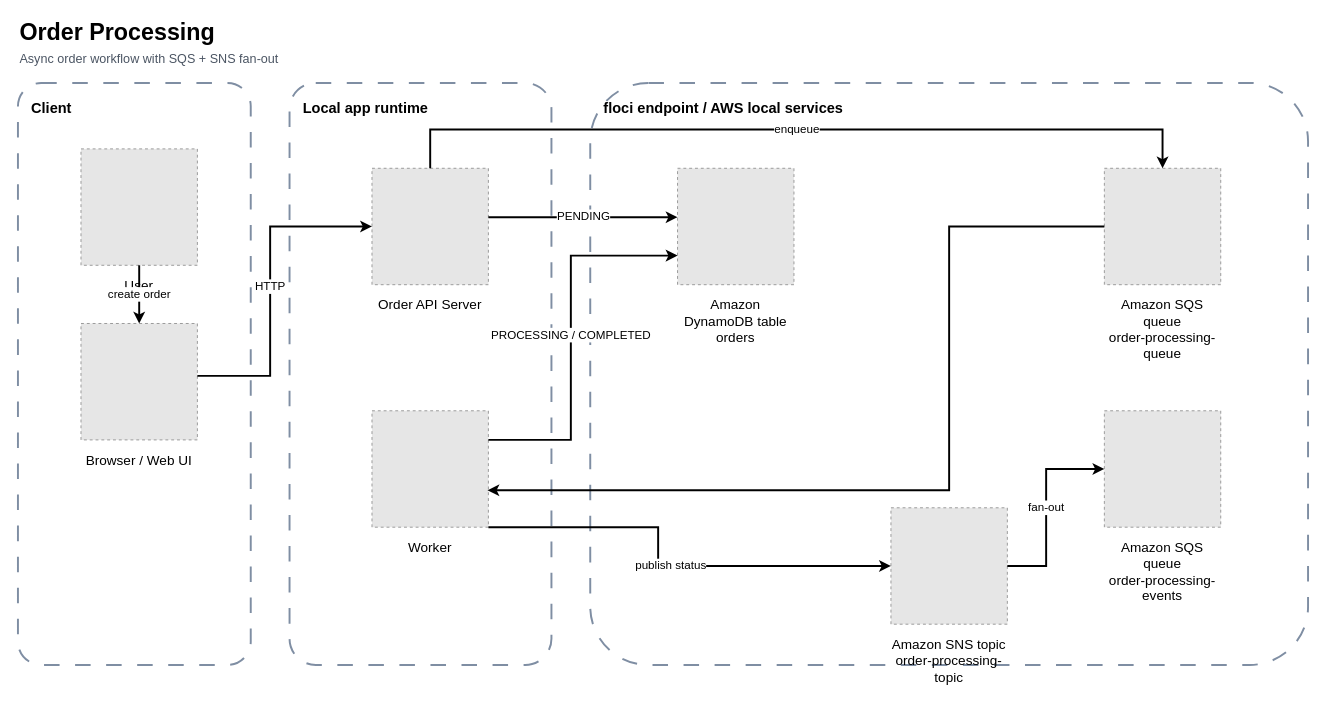
Above: apps/order-processing/assets/order-processing-architecture.drawio in niceguy61/floci_test (draw.io), before the change. Source tidied: cells renumbered, new cells numbered last; positions are measured from the earlier drawing's top-left corner, leaving out a move shared by most shapes. Both pictures are drawn from the tidied source at 97%, with x=0, y=0 at pixel (17, 16). Pictures stored in the file or linked from it are replaced by grey dashed boxes.
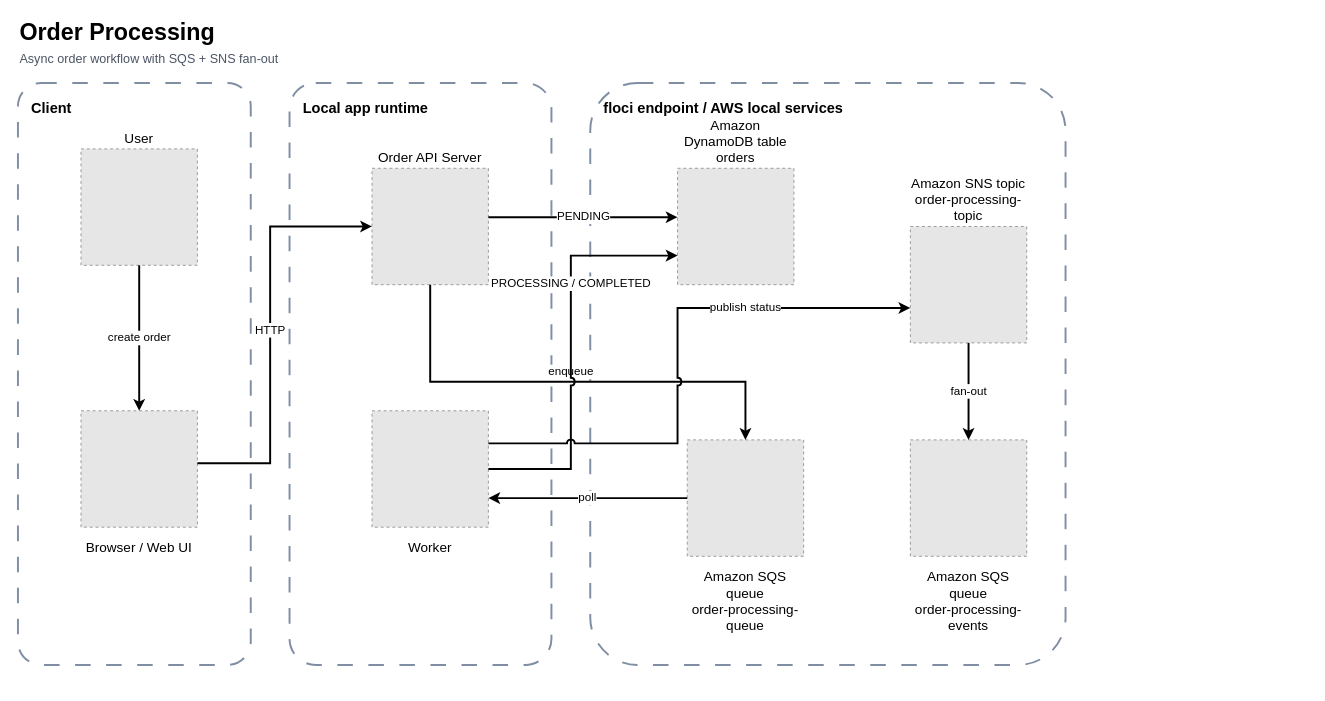
The same diagram, later.

Unchanged cells that the change refers to:
```xml
<mxCell id="10" value="Worker" style="fillColor=#E6E6E6;strokeColor=#999999;dashed=1;verticalLabelPosition=bottom;verticalAlign=top;labelPosition=center;align=center;html=1;whiteSpace=wrap;spacingTop=6;fontSize=14;fontStyle=0;" parent="1" vertex="1">
  <mxGeometry x="365" y="406" width="120" height="120" as="geometry" />
</mxCell>
```

What changed in the source:
```diff
@@
     <mxCell id="6" value="floci endpoint / AWS local services" style="rounded=1;whiteSpace=wrap;html=1;dashed=1;dashPattern=8 8;arcSize=10;strokeWidth=2;strokeColor=#7f8ea3;fillColor=none;align=left;verticalAlign=top;spacingLeft=12;spacingTop=10;fontSize=15;fontStyle=1;" parent="1" vertex="1">
-      <mxGeometry x="590" y="68" width="740" height="600" as="geometry" />
+      <mxGeometry x="590" y="68" width="490" height="600" as="geometry" />
     </mxCell>
-    <mxCell id="7" value="User" style="fillColor=#E6E6E6;strokeColor=#999999;dashed=1;verticalLabelPosition=bottom;verticalAlign=top;labelPosition=center;align=center;html=1;whiteSpace=wrap;spacingTop=6;fontSize=14;fontStyle=0;" parent="1" vertex="1">
+    <mxCell id="7" value="User" style="fillColor=#E6E6E6;strokeColor=#999999;dashed=1;verticalLabelPosition=top;verticalAlign=bottom;labelPosition=center;align=center;html=1;whiteSpace=wrap;spacingTop=6;fontSize=14;fontStyle=0;" parent="1" vertex="1">
       <mxGeometry x="65" y="136" width="120" height="120" as="geometry" />
     </mxCell>
     <mxCell id="8" value="Browser / Web UI" style="fillColor=#E6E6E6;strokeColor=#999999;dashed=1;verticalLabelPosition=bottom;verticalAlign=top;labelPosition=center;align=center;html=1;whiteSpace=wrap;spacingTop=6;fontSize=14;fontStyle=0;" parent="1" vertex="1">
-      <mxGeometry x="65" y="316" width="120" height="120" as="geometry" />
+      <mxGeometry x="65" y="406" width="120" height="120" as="geometry" />
     </mxCell>
-    <mxCell id="9" value="Order API Server" style="fillColor=#E6E6E6;strokeColor=#999999;dashed=1;verticalLabelPosition=bottom;verticalAlign=top;labelPosition=center;align=center;html=1;whiteSpace=wrap;spacingTop=6;fontSize=14;fontStyle=0;" parent="1" vertex="1">
+    <mxCell id="9" value="Order API Server" style="fillColor=#E6E6E6;strokeColor=#999999;dashed=1;verticalLabelPosition=top;verticalAlign=bottom;labelPosition=center;align=center;html=1;whiteSpace=wrap;spacingTop=6;fontSize=14;fontStyle=0;" parent="1" vertex="1">
       <mxGeometry x="365" y="156" width="120" height="120" as="geometry" />
     </mxCell>
@@
-    <mxCell id="11" value="&lt;div&gt;Amazon DynamoDB table&lt;/div&gt;&lt;div&gt;orders&lt;/div&gt;" style="fillColor=#E6E6E6;strokeColor=#999999;dashed=1;verticalLabelPosition=bottom;verticalAlign=top;labelPosition=center;align=center;html=1;whiteSpace=wrap;spacingTop=6;fontSize=14;fontStyle=0;" parent="1" vertex="1">
+    <mxCell id="11" value="&lt;div&gt;Amazon DynamoDB table&lt;/div&gt;&lt;div&gt;orders&lt;/div&gt;" style="fillColor=#E6E6E6;strokeColor=#999999;dashed=1;verticalLabelPosition=top;verticalAlign=bottom;labelPosition=center;align=center;html=1;whiteSpace=wrap;spacingTop=6;fontSize=14;fontStyle=0;" parent="1" vertex="1">
       <mxGeometry x="680" y="156" width="120" height="120" as="geometry" />
     </mxCell>
     <mxCell id="12" value="&lt;div&gt;Amazon SQS queue&lt;/div&gt;&lt;div&gt;order-processing-queue&lt;/div&gt;" style="fillColor=#E6E6E6;strokeColor=#999999;dashed=1;verticalLabelPosition=bottom;verticalAlign=top;labelPosition=center;align=center;html=1;whiteSpace=wrap;spacingTop=6;fontSize=14;fontStyle=0;" parent="1" vertex="1">
-      <mxGeometry x="1120" y="156" width="120" height="120" as="geometry" />
+      <mxGeometry x="690" y="436" width="120" height="120" as="geometry" />
     </mxCell>
-    <mxCell id="13" value="&lt;div&gt;Amazon SNS topic&lt;/div&gt;&lt;div&gt;order-processing-topic&lt;/div&gt;" style="fillColor=#E6E6E6;strokeColor=#999999;dashed=1;verticalLabelPosition=bottom;verticalAlign=top;labelPosition=center;align=center;html=1;whiteSpace=wrap;spacingTop=6;fontSize=14;fontStyle=0;" parent="1" vertex="1">
-      <mxGeometry x="900" y="506" width="120" height="120" as="geometry" />
+    <mxCell id="13" value="&lt;div&gt;Amazon SNS topic&lt;/div&gt;&lt;div&gt;order-processing-topic&lt;/div&gt;" style="fillColor=#E6E6E6;strokeColor=#999999;dashed=1;verticalLabelPosition=top;verticalAlign=bottom;labelPosition=center;align=center;html=1;whiteSpace=wrap;spacingTop=6;fontSize=14;fontStyle=0;" parent="1" vertex="1">
+      <mxGeometry x="920" y="216" width="120" height="120" as="geometry" />
     </mxCell>
     <mxCell id="14" value="&lt;div&gt;Amazon SQS queue&lt;/div&gt;&lt;div&gt;order-processing-events&lt;/div&gt;" style="fillColor=#E6E6E6;strokeColor=#999999;dashed=1;verticalLabelPosition=bottom;verticalAlign=top;labelPosition=center;align=center;html=1;whiteSpace=wrap;spacingTop=6;fontSize=14;fontStyle=0;" parent="1" vertex="1">
-      <mxGeometry x="1120" y="406" width="120" height="120" as="geometry" />
+      <mxGeometry x="920" y="436" width="120" height="120" as="geometry" />
     </mxCell>
-    <mxCell id="15" value="create order" style="edgeStyle=orthogonalEdgeStyle;rounded=0;jettySize=auto;html=1;strokeWidth=2;fontSize=12;labelBackgroundColor=#ffffff;exitX=0.5;exitY=1.0;exitDx=0;exitDy=0;entryX=0.5;entryY=0.0;entryDx=0;entryDy=0;" parent="1" edge="1" source="7" target="8">
+    <mxCell id="15" value="create order" style="edgeStyle=orthogonalEdgeStyle;rounded=0;jettySize=auto;html=1;strokeWidth=2;fontSize=12;labelBackgroundColor=#ffffff;exitX=0.5;exitY=1.0;exitDx=0;exitDy=0;entryX=0.5;entryY=0.0;entryDx=0;entryDy=0;flowAnimation=1;jumpStyle=arc;" parent="1" edge="1" source="7" target="8">
       <mxGeometry relative="1" as="geometry">
         <Array as="points">
           <mxPoint x="125" y="286" />
         </Array>
       </mxGeometry>
     </mxCell>
-    <mxCell id="16" value="HTTP" style="edgeStyle=orthogonalEdgeStyle;rounded=0;jettySize=auto;html=1;strokeWidth=2;fontSize=12;labelBackgroundColor=#ffffff;exitX=1.0;exitY=0.45;exitDx=0;exitDy=0;entryX=0.0;entryY=0.5;entryDx=0;entryDy=0;" parent="1" edge="1" source="8" target="9">
+    <mxCell id="16" value="HTTP" style="edgeStyle=orthogonalEdgeStyle;rounded=0;jettySize=auto;html=1;strokeWidth=2;fontSize=12;labelBackgroundColor=#ffffff;exitX=1.0;exitY=0.45;exitDx=0;exitDy=0;entryX=0.0;entryY=0.5;entryDx=0;entryDy=0;flowAnimation=1;jumpStyle=arc;" parent="1" edge="1" source="8" target="9">
       <mxGeometry relative="1" as="geometry">
         <Array as="points">
-          <mxPoint x="260" y="370" />
+          <mxPoint x="260" y="460" />
           <mxPoint x="260" y="216" />
         </Array>
       </mxGeometry>
     </mxCell>
-    <mxCell id="17" value="PENDING" style="edgeStyle=orthogonalEdgeStyle;rounded=0;jettySize=auto;html=1;strokeWidth=2;fontSize=12;labelBackgroundColor=#ffffff;exitX=1.0;exitY=0.42;exitDx=0;exitDy=0;entryX=0.0;entryY=0.42;entryDx=0;entryDy=0;" parent="1" edge="1" source="9" target="11">
+    <mxCell id="17" value="PENDING" style="edgeStyle=orthogonalEdgeStyle;rounded=0;jettySize=auto;html=1;strokeWidth=2;fontSize=12;labelBackgroundColor=#ffffff;exitX=1.0;exitY=0.42;exitDx=0;exitDy=0;entryX=0.0;entryY=0.42;entryDx=0;entryDy=0;flowAnimation=1;jumpStyle=arc;" parent="1" edge="1" source="9" target="11">
       <mxGeometry relative="1" as="geometry">
         <Array as="points">
           <mxPoint x="610" y="206" />
         </Array>
       </mxGeometry>
     </mxCell>
-    <mxCell id="18" value="enqueue" style="edgeStyle=orthogonalEdgeStyle;rounded=0;jettySize=auto;html=1;strokeWidth=2;fontSize=12;labelBackgroundColor=#ffffff;exitX=0.5;exitY=0;exitDx=0;exitDy=0;entryX=0.5;entryY=0;entryDx=0;entryDy=0;" parent="1" edge="1" source="9" target="12">
-      <mxGeometry relative="1" as="geometry">
+    <mxCell id="18" value="enqueue" style="edgeStyle=orthogonalEdgeStyle;rounded=0;jettySize=auto;html=1;strokeWidth=2;fontSize=12;labelBackgroundColor=#ffffff;exitX=0.5;exitY=1;exitDx=0;exitDy=0;entryX=0.5;entryY=0;entryDx=0;entryDy=0;flowAnimation=1;jumpStyle=arc;" parent="1" edge="1" source="9" target="12">
+      <mxGeometry x="0.01" y="10" relative="1" as="geometry">
         <Array as="points">
-          <mxPoint x="425" y="116" />
-          <mxPoint x="1180" y="116" />
+          <mxPoint x="425" y="376" />
+          <mxPoint x="750" y="376" />
         </Array>
       </mxGeometry>
     </mxCell>
+    <mxCell id="22" value="poll" style="edgeStyle=orthogonalEdgeStyle;rounded=0;jettySize=auto;html=1;strokeWidth=2;fontSize=12;labelBackgroundColor=#ffffff;exitX=0;exitY=0.5;exitDx=0;exitDy=0;entryX=1;entryY=0.75;entryDx=0;entryDy=0;flowAnimation=1;jumpStyle=arc;" parent="1" edge="1" source="12" target="10">
+      <mxGeometry relative="1" as="geometry">
+        <Array as="points">
+          <mxPoint x="680" y="496" />
+          <mxPoint x="680" y="496" />
+        </Array>
+      </mxGeometry>
+    </mxCell>
-    <mxCell id="19" value="PROCESSING / COMPLETED" style="edgeStyle=orthogonalEdgeStyle;rounded=0;jettySize=auto;html=1;strokeWidth=2;fontSize=12;labelBackgroundColor=#ffffff;exitX=1;exitY=0.25;exitDx=0;exitDy=0;entryX=0;entryY=0.75;entryDx=0;entryDy=0;" parent="1" edge="1" source="10" target="11">
-      <mxGeometry relative="1" as="geometry">
+    <mxCell id="19" value="PROCESSING / COMPLETED" style="edgeStyle=orthogonalEdgeStyle;rounded=0;jettySize=auto;html=1;strokeWidth=2;fontSize=12;labelBackgroundColor=#ffffff;exitX=1.0;exitY=0.5;exitDx=0;exitDy=0;entryX=0;entryY=0.75;entryDx=0;entryDy=0;flowAnimation=1;jumpStyle=arc;" parent="1" edge="1" source="10" target="11">
+      <mxGeometry x="0.33" relative="1" as="geometry">
         <Array as="points">
-          <mxPoint x="570" y="436" />
+          <mxPoint x="570" y="466" />
           <mxPoint x="570" y="246" />
         </Array>
       </mxGeometry>
     </mxCell>
-    <mxCell id="20" value="publish status" style="edgeStyle=orthogonalEdgeStyle;rounded=0;jettySize=auto;html=1;strokeWidth=2;fontSize=12;labelBackgroundColor=#ffffff;exitX=1;exitY=1;exitDx=0;exitDy=0;entryX=0;entryY=0.5;entryDx=0;entryDy=0;" parent="1" edge="1" source="10" target="13">
-      <mxGeometry relative="1" as="geometry">
+    <mxCell id="20" value="publish status" style="edgeStyle=orthogonalEdgeStyle;rounded=0;jettySize=auto;html=1;strokeWidth=2;fontSize=12;labelBackgroundColor=#ffffff;exitX=1.0;exitY=0.28;exitDx=0;exitDy=0;entryX=0.0;entryY=0.7;entryDx=0;entryDy=0;flowAnimation=1;jumpStyle=arc;" parent="1" edge="1" source="10" target="13">
+      <mxGeometry x="0.41" relative="1" as="geometry">
         <Array as="points">
-          <mxPoint x="660" y="526" />
-          <mxPoint x="660" y="566" />
+          <mxPoint x="680" y="434" />
+          <mxPoint x="680" y="300" />
+          <mxPoint x="1060" y="300" />
         </Array>
       </mxGeometry>
     </mxCell>
-    <mxCell id="21" value="fan-out" style="edgeStyle=orthogonalEdgeStyle;rounded=0;jettySize=auto;html=1;strokeWidth=2;fontSize=12;labelBackgroundColor=#ffffff;exitX=1;exitY=0.5;exitDx=0;exitDy=0;entryX=0;entryY=0.5;entryDx=0;entryDy=0;" parent="1" edge="1" source="13" target="14">
+    <mxCell id="21" value="fan-out" style="edgeStyle=orthogonalEdgeStyle;rounded=0;jettySize=auto;html=1;strokeWidth=2;fontSize=12;labelBackgroundColor=#ffffff;exitX=0.5;exitY=1.0;exitDx=0;exitDy=0;entryX=0.5;entryY=0.0;entryDx=0;entryDy=0;flowAnimation=1;jumpStyle=arc;" parent="1" edge="1" source="13" target="14">
       <mxGeometry relative="1" as="geometry">
         <Array as="points">
-          <mxPoint x="1060" y="566" />
-          <mxPoint x="1060" y="466" />
+          <mxPoint x="980" y="346" />
         </Array>
       </mxGeometry>
     </mxCell>
-    <mxCell id="22" style="edgeStyle=orthogonalEdgeStyle;rounded=0;jettySize=auto;html=1;exitX=0;exitY=0.5;exitDx=0;exitDy=0;entryX=0.992;entryY=0.683;entryDx=0;entryDy=0;entryPerimeter=0;strokeWidth=2;" parent="1" edge="1" source="12" target="10">
-      <mxGeometry relative="1" as="geometry">
-        <Array as="points">
-          <mxPoint x="960" y="216" />
-          <mxPoint x="960" y="488" />
-        </Array>
-      </mxGeometry>
-    </mxCell>
```
